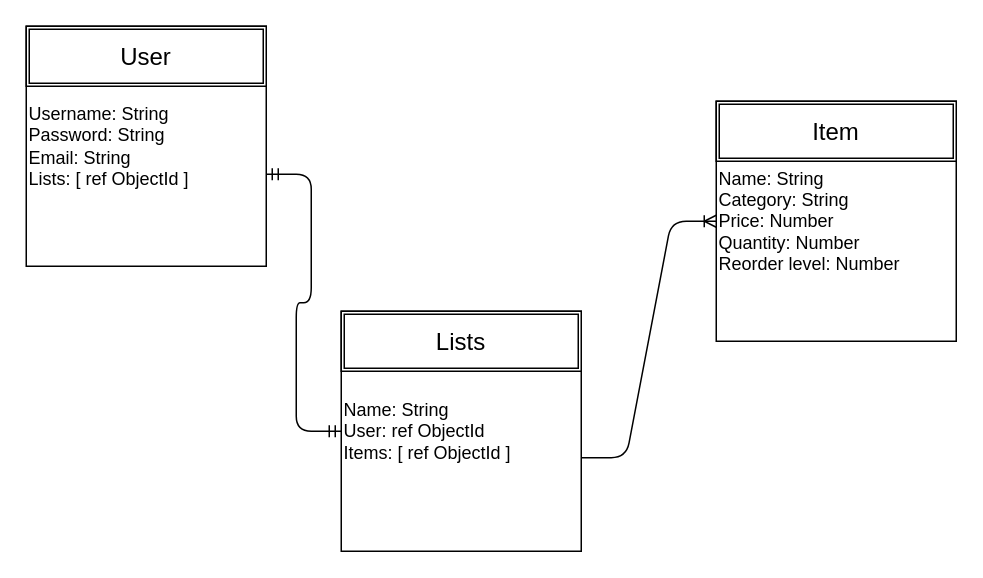
The draw.io diagram erd.drawio in isaiahcolson/inventory-tracker, before the edit. Source tidied: cells renumbered, new cells numbered last; positions are measured from the earlier drawing's top-left corner, leaving out a move shared by most shapes. Both pictures are drawn from the tidied source at 150%, with x=0, y=0 at pixel (26, 26).
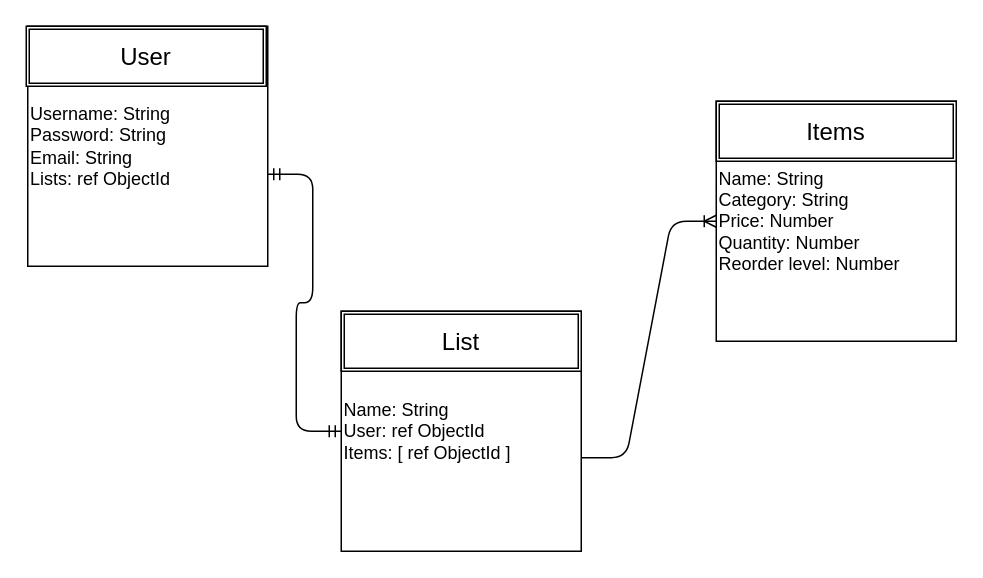
The same diagram, later.

Diff of the diagram source:
```diff
@@
 <mxGraphModel>
   <root>
     <mxCell id="0" />
     <mxCell id="1" parent="0" />
-    <mxCell id="2" value="Username: String&lt;br&gt;Password: String&lt;br&gt;Email: String&lt;br&gt;Lists: [ ref ObjectId ]" style="whiteSpace=wrap;html=1;align=left;" parent="1" vertex="1">
-      <mxGeometry width="160" height="160" as="geometry" />
+    <mxCell id="2" value="Username: String&lt;br&gt;Password: String&lt;br&gt;Email: String&lt;br&gt;Lists: ref ObjectId" style="whiteSpace=wrap;html=1;align=left;" parent="1" vertex="1">
+      <mxGeometry x="1" width="160" height="160" as="geometry" />
     </mxCell>
     <mxCell id="3" value="User" style="shape=ext;double=1;rounded=0;whiteSpace=wrap;html=1;fontSize=16;" parent="1" vertex="1">
       <mxGeometry width="160" height="40" as="geometry" />
     </mxCell>
     <mxCell id="4" value="Name: String&lt;br&gt;User: ref ObjectId&lt;br&gt;Items: [ ref ObjectId ]" style="whiteSpace=wrap;html=1;align=left;" parent="1" vertex="1">
       <mxGeometry x="210" y="190" width="160" height="160" as="geometry" />
     </mxCell>
     <mxCell id="5" value="Name: String&lt;br&gt;Category: String&lt;br&gt;Price: Number&lt;br&gt;Quantity: Number&lt;br&gt;Reorder level: Number" style="whiteSpace=wrap;html=1;align=left;" parent="1" vertex="1">
       <mxGeometry x="460" y="50" width="160" height="160" as="geometry" />
     </mxCell>
-    <mxCell id="6" value="Item" style="shape=ext;double=1;rounded=0;whiteSpace=wrap;html=1;fontSize=16;" parent="1" vertex="1">
+    <mxCell id="6" value="Items" style="shape=ext;double=1;rounded=0;whiteSpace=wrap;html=1;fontSize=16;" parent="1" vertex="1">
       <mxGeometry x="460" y="50" width="160" height="40" as="geometry" />
     </mxCell>
-    <mxCell id="7" value="Lists" style="shape=ext;double=1;rounded=0;whiteSpace=wrap;html=1;fontSize=16;" parent="1" vertex="1">
+    <mxCell id="7" value="List" style="shape=ext;double=1;rounded=0;whiteSpace=wrap;html=1;fontSize=16;" parent="1" vertex="1">
       <mxGeometry x="210" y="190" width="160" height="40" as="geometry" />
     </mxCell>
     <mxCell id="8" style="edgeStyle=entityRelationEdgeStyle;fontSize=12;html=1;endArrow=ERmandOne;startArrow=ERmandOne;exitX=1;exitY=0.617;exitDx=0;exitDy=0;exitPerimeter=0;entryX=0;entryY=0.5;entryDx=0;entryDy=0;" parent="1" edge="1" source="2" target="4">
       <mxGeometry relative="1" as="geometry" />
     </mxCell>
     <mxCell id="9" style="edgeStyle=entityRelationEdgeStyle;fontSize=12;html=1;endArrow=ERoneToMany;exitX=1;exitY=0.61;exitDx=0;exitDy=0;entryX=0;entryY=0.5;entryDx=0;entryDy=0;exitPerimeter=0;" parent="1" edge="1" source="4" target="5">
       <mxGeometry relative="1" as="geometry" />
     </mxCell>
   </root>
 </mxGraphModel>
```
